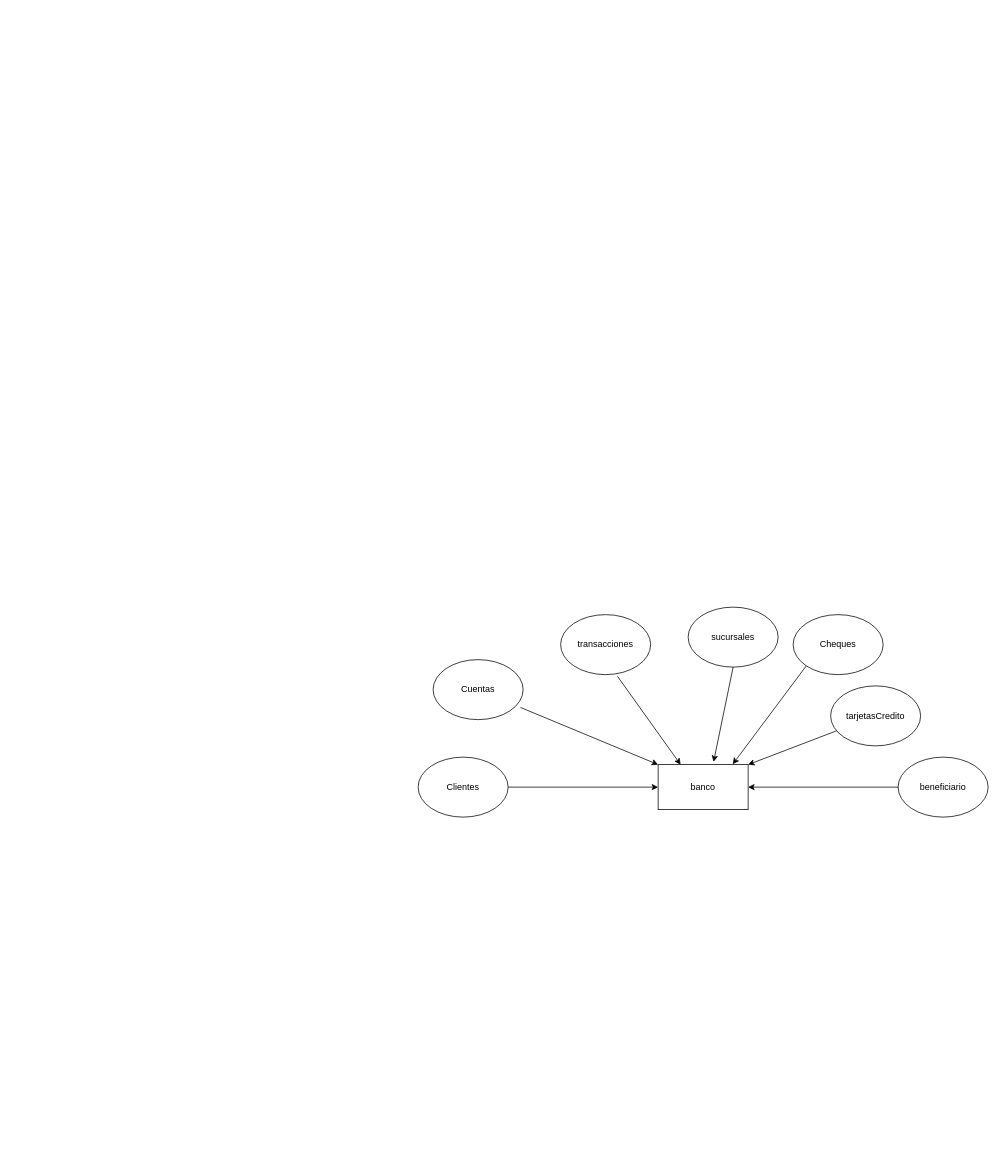
Earlier version of the draw.io diagram page "Página-1" (1 of 2) of diagrama/BaseDatos.drawio (williamgl3/fbd-william-gonzalez). Source tidied: cells renumbered, new cells numbered last; positions are measured from the earlier drawing's top-left corner, leaving out a move shared by most shapes. Both pictures are drawn from the tidied source at 75%, with x=0, y=0 at pixel (418, 607).
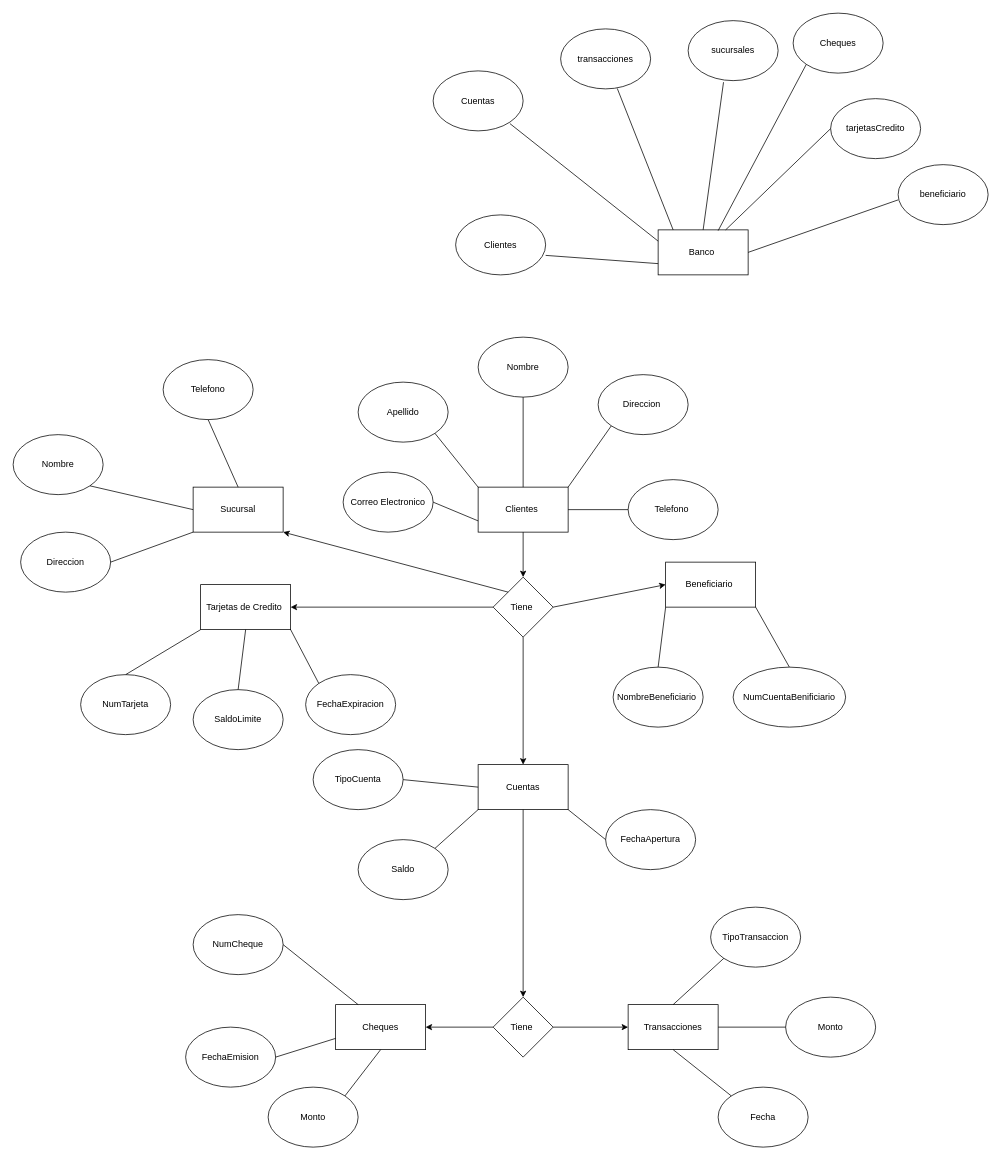
After the change.

Change to the diagram source:
```diff
@@
     <mxCell id="2" value="tarjetasCredito" style="ellipse;whiteSpace=wrap;html=1;" parent="1" vertex="1">
-      <mxGeometry x="550" y="105" width="120" height="80" as="geometry" />
+      <mxGeometry x="550" y="-678" width="120" height="80" as="geometry" />
     </mxCell>
     <mxCell id="3" value="sucursales" style="ellipse;whiteSpace=wrap;html=1;" parent="1" vertex="1">
-      <mxGeometry x="360" width="120" height="80" as="geometry" />
+      <mxGeometry x="360" y="-782" width="120" height="80" as="geometry" />
     </mxCell>
     <mxCell id="4" value="Clientes" style="ellipse;whiteSpace=wrap;html=1;" parent="1" vertex="1">
-      <mxGeometry y="200" width="120" height="80" as="geometry" />
+      <mxGeometry x="50" y="-523" width="120" height="80" as="geometry" />
     </mxCell>
     <mxCell id="5" value="Cheques" style="ellipse;whiteSpace=wrap;html=1;" parent="1" vertex="1">
-      <mxGeometry x="500" y="10" width="120" height="80" as="geometry" />
+      <mxGeometry x="500" y="-792" width="120" height="80" as="geometry" />
     </mxCell>
     <mxCell id="6" value="transacciones" style="ellipse;whiteSpace=wrap;html=1;" parent="1" vertex="1">
-      <mxGeometry x="190" y="10" width="120" height="80" as="geometry" />
+      <mxGeometry x="190" y="-771" width="120" height="80" as="geometry" />
     </mxCell>
     <mxCell id="7" value="Cuentas" style="ellipse;whiteSpace=wrap;html=1;" parent="1" vertex="1">
-      <mxGeometry x="20" y="70" width="120" height="80" as="geometry" />
+      <mxGeometry x="20" y="-715" width="120" height="80" as="geometry" />
     </mxCell>
-    <mxCell id="8" value="banco" style="rounded=0;whiteSpace=wrap;html=1;" parent="1" vertex="1">
-      <mxGeometry x="320" y="210" width="120" height="60" as="geometry" />
-    </mxCell>
-    <mxCell id="9" style="endArrow=classic;html=1;rounded=0;entryX=0.25;entryY=0;entryDx=0;entryDy=0;exitX=0.631;exitY=1.027;exitDx=0;exitDy=0;exitPerimeter=0;" parent="1" edge="1" source="6" target="8">
-      <mxGeometry relative="1" as="geometry" />
-    </mxCell>
-    <mxCell id="10" style="endArrow=classic;html=1;rounded=0;entryX=0.616;entryY=-0.062;entryDx=0;entryDy=0;exitX=0.5;exitY=1;exitDx=0;exitDy=0;entryPerimeter=0;" parent="1" edge="1" source="3" target="8">
-      <mxGeometry relative="1" as="geometry" />
-    </mxCell>
-    <mxCell id="11" style="endArrow=classic;html=1;rounded=0;entryX=0;entryY=0;entryDx=0;entryDy=0;exitX=0.971;exitY=0.797;exitDx=0;exitDy=0;exitPerimeter=0;" parent="1" edge="1" source="7" target="8">
-      <mxGeometry relative="1" as="geometry" />
-    </mxCell>
-    <mxCell id="12" style="endArrow=classic;html=1;rounded=0;entryX=0;entryY=0.5;entryDx=0;entryDy=0;exitX=1;exitY=0.5;exitDx=0;exitDy=0;" parent="1" edge="1" source="4" target="8">
-      <mxGeometry relative="1" as="geometry" />
-    </mxCell>
-    <mxCell id="13" style="endArrow=classic;html=1;rounded=0;entryX=0.829;entryY=-0.009;entryDx=0;entryDy=0;entryPerimeter=0;exitX=0;exitY=1;exitDx=0;exitDy=0;" parent="1" edge="1" source="5" target="8">
-      <mxGeometry relative="1" as="geometry" />
-    </mxCell>
-    <mxCell id="14" style="endArrow=classic;html=1;rounded=0;entryX=1;entryY=0;entryDx=0;entryDy=0;" parent="1" edge="1" source="2" target="8">
-      <mxGeometry relative="1" as="geometry" />
-    </mxCell>
     <mxCell id="15" value="beneficiario" style="ellipse;whiteSpace=wrap;html=1;" parent="1" vertex="1">
-      <mxGeometry x="640" y="200" width="120" height="80" as="geometry" />
+      <mxGeometry x="640" y="-590" width="120" height="80" as="geometry" />
     </mxCell>
-    <mxCell id="16" style="endArrow=classic;html=1;rounded=0;entryX=1;entryY=0.5;entryDx=0;entryDy=0;exitX=0;exitY=0.5;exitDx=0;exitDy=0;" parent="1" edge="1" source="15" target="8">
-      <mxGeometry relative="1" as="geometry" />
-    </mxCell>
+    <mxCell id="17" value="Banco&amp;nbsp;" style="rounded=0;whiteSpace=wrap;html=1;" parent="1" vertex="1">
+      <mxGeometry x="320" y="-503" width="120" height="60" as="geometry" />
+    </mxCell>
+    <mxCell id="18" style="endArrow=none;html=1;entryX=0;entryY=0.5;entryDx=0;entryDy=0;exitX=0.75;exitY=0;exitDx=0;exitDy=0;" parent="1" edge="1" source="17" target="2">
+      <mxGeometry relative="1" as="geometry" />
+    </mxCell>
+    <mxCell id="19" style="endArrow=none;html=1;entryX=0;entryY=0.5;entryDx=0;entryDy=0;exitX=1;exitY=0.5;exitDx=0;exitDy=0;" parent="1" edge="1" source="17">
+      <mxGeometry relative="1" as="geometry">
+        <mxPoint x="640" y="-543" as="targetPoint" />
+      </mxGeometry>
+    </mxCell>
+    <mxCell id="20" style="endArrow=none;html=1;entryX=1;entryY=0.5;entryDx=0;entryDy=0;exitX=0;exitY=0.75;exitDx=0;exitDy=0;" parent="1" edge="1" source="17">
+      <mxGeometry relative="1" as="geometry">
+        <mxPoint x="170" y="-469" as="targetPoint" />
+      </mxGeometry>
+    </mxCell>
+    <mxCell id="21" style="endArrow=none;html=1;entryX=1;entryY=1;entryDx=0;entryDy=0;exitX=0;exitY=0.25;exitDx=0;exitDy=0;" parent="1" edge="1" source="17">
+      <mxGeometry relative="1" as="geometry">
+        <mxPoint x="122.4" y="-644.7" as="targetPoint" />
+      </mxGeometry>
+    </mxCell>
+    <mxCell id="22" style="endArrow=none;html=1;entryX=0.629;entryY=1.018;entryDx=0;entryDy=0;entryPerimeter=0;exitX=0.167;exitY=0;exitDx=0;exitDy=0;exitPerimeter=0;" parent="1" edge="1" source="17">
+      <mxGeometry relative="1" as="geometry">
+        <mxPoint x="265.5" y="-691.6" as="targetPoint" />
+      </mxGeometry>
+    </mxCell>
+    <mxCell id="23" style="endArrow=none;html=1;entryX=0.393;entryY=1.039;entryDx=0;entryDy=0;entryPerimeter=0;exitX=0.5;exitY=0;exitDx=0;exitDy=0;" parent="1" edge="1">
+      <mxGeometry relative="1" as="geometry">
+        <mxPoint x="380" y="-503" as="sourcePoint" />
+        <mxPoint x="407.2" y="-699.9" as="targetPoint" />
+      </mxGeometry>
+    </mxCell>
+    <mxCell id="24" value="Tiene&amp;nbsp;" style="rhombus;whiteSpace=wrap;html=1;" parent="1" vertex="1">
+      <mxGeometry x="100" y="-40" width="80" height="80" as="geometry" />
+    </mxCell>
+    <mxCell id="25" style="endArrow=none;html=1;entryX=0;entryY=1;entryDx=0;entryDy=0;exitX=0.667;exitY=0.017;exitDx=0;exitDy=0;exitPerimeter=0;" parent="1" edge="1" source="17" target="5">
+      <mxGeometry relative="1" as="geometry" />
+    </mxCell>
+    <mxCell id="26" value="Clientes&amp;nbsp;" style="rounded=0;whiteSpace=wrap;html=1;" parent="1" vertex="1">
+      <mxGeometry x="80" y="-160" width="120" height="60" as="geometry" />
+    </mxCell>
+    <mxCell id="27" value="Nombre" style="ellipse;whiteSpace=wrap;html=1;" parent="1" vertex="1">
+      <mxGeometry x="80" y="-360" width="120" height="80" as="geometry" />
+    </mxCell>
+    <mxCell id="28" value="Direccion&amp;nbsp;" style="ellipse;whiteSpace=wrap;html=1;" parent="1" vertex="1">
+      <mxGeometry x="240" y="-310" width="120" height="80" as="geometry" />
+    </mxCell>
+    <mxCell id="29" value="Apellido" style="ellipse;whiteSpace=wrap;html=1;" parent="1" vertex="1">
+      <mxGeometry x="-80" y="-300" width="120" height="80" as="geometry" />
+    </mxCell>
+    <mxCell id="30" value="Telefono&amp;nbsp;" style="ellipse;whiteSpace=wrap;html=1;" parent="1" vertex="1">
+      <mxGeometry x="280" y="-170" width="120" height="80" as="geometry" />
+    </mxCell>
+    <mxCell id="31" value="Correo Electronico" style="ellipse;whiteSpace=wrap;html=1;" parent="1" vertex="1">
+      <mxGeometry x="-100" y="-180" width="120" height="80" as="geometry" />
+    </mxCell>
+    <mxCell id="32" value="Cuentas" style="rounded=0;whiteSpace=wrap;html=1;" parent="1" vertex="1">
+      <mxGeometry x="80" y="210" width="120" height="60" as="geometry" />
+    </mxCell>
+    <mxCell id="33" value="Beneficiario&amp;nbsp;" style="rounded=0;whiteSpace=wrap;html=1;" parent="1" vertex="1">
+      <mxGeometry x="330" y="-60" width="120" height="60" as="geometry" />
+    </mxCell>
+    <mxCell id="34" value="Tarjetas de Credito&amp;nbsp;" style="rounded=0;whiteSpace=wrap;html=1;" parent="1" vertex="1">
+      <mxGeometry x="-290" y="-30" width="120" height="60" as="geometry" />
+    </mxCell>
+    <mxCell id="35" value="NumTarjeta" style="ellipse;whiteSpace=wrap;html=1;" parent="1" vertex="1">
+      <mxGeometry x="-450" y="90" width="120" height="80" as="geometry" />
+    </mxCell>
+    <mxCell id="36" value="FechaExpiracion" style="ellipse;whiteSpace=wrap;html=1;" parent="1" vertex="1">
+      <mxGeometry x="-150" y="90" width="120" height="80" as="geometry" />
+    </mxCell>
+    <mxCell id="37" value="NumCuentaBenificiario" style="ellipse;whiteSpace=wrap;html=1;" parent="1" vertex="1">
+      <mxGeometry x="420" y="80" width="150" height="80" as="geometry" />
+    </mxCell>
+    <mxCell id="38" value="NombreBeneficiario&amp;nbsp;" style="ellipse;whiteSpace=wrap;html=1;" parent="1" vertex="1">
+      <mxGeometry x="260" y="80" width="120" height="80" as="geometry" />
+    </mxCell>
+    <mxCell id="39" value="SaldoLimite" style="ellipse;whiteSpace=wrap;html=1;" parent="1" vertex="1">
+      <mxGeometry x="-300" y="110" width="120" height="80" as="geometry" />
+    </mxCell>
+    <mxCell id="40" value="FechaApertura" style="ellipse;whiteSpace=wrap;html=1;" parent="1" vertex="1">
+      <mxGeometry x="250" y="270" width="120" height="80" as="geometry" />
+    </mxCell>
+    <mxCell id="41" value="TipoCuenta" style="ellipse;whiteSpace=wrap;html=1;" parent="1" vertex="1">
+      <mxGeometry x="-140" y="190" width="120" height="80" as="geometry" />
+    </mxCell>
+    <mxCell id="42" value="Saldo" style="ellipse;whiteSpace=wrap;html=1;" parent="1" vertex="1">
+      <mxGeometry x="-80" y="310" width="120" height="80" as="geometry" />
+    </mxCell>
+    <mxCell id="43" style="endArrow=none;html=1;entryX=0;entryY=0.5;entryDx=0;entryDy=0;exitX=1;exitY=0.5;exitDx=0;exitDy=0;" parent="1" edge="1" source="26" target="30">
+      <mxGeometry relative="1" as="geometry" />
+    </mxCell>
+    <mxCell id="44" style="endArrow=none;html=1;entryX=0;entryY=1;entryDx=0;entryDy=0;exitX=1;exitY=0;exitDx=0;exitDy=0;" parent="1" edge="1" source="26" target="28">
+      <mxGeometry relative="1" as="geometry" />
+    </mxCell>
+    <mxCell id="45" style="endArrow=none;html=1;entryX=1;entryY=1;entryDx=0;entryDy=0;exitX=0;exitY=0;exitDx=0;exitDy=0;" parent="1" edge="1" source="26" target="29">
+      <mxGeometry relative="1" as="geometry" />
+    </mxCell>
+    <mxCell id="46" style="endArrow=none;html=1;exitX=1;exitY=0.5;exitDx=0;exitDy=0;entryX=0;entryY=0.75;entryDx=0;entryDy=0;" parent="1" edge="1" source="31" target="26">
+      <mxGeometry relative="1" as="geometry" />
+    </mxCell>
+    <mxCell id="47" style="endArrow=none;html=1;entryX=0.5;entryY=1;entryDx=0;entryDy=0;exitX=0.5;exitY=0;exitDx=0;exitDy=0;" parent="1" edge="1" source="26" target="27">
+      <mxGeometry relative="1" as="geometry" />
+    </mxCell>
+    <mxCell id="48" style="endArrow=none;html=1;entryX=0;entryY=1;entryDx=0;entryDy=0;exitX=0.5;exitY=0;exitDx=0;exitDy=0;" parent="1" edge="1" source="38" target="33">
+      <mxGeometry relative="1" as="geometry" />
+    </mxCell>
+    <mxCell id="49" style="endArrow=none;html=1;entryX=0.5;entryY=0;entryDx=0;entryDy=0;exitX=1;exitY=1;exitDx=0;exitDy=0;" parent="1" edge="1" source="33" target="37">
+      <mxGeometry relative="1" as="geometry" />
+    </mxCell>
+    <mxCell id="50" style="endArrow=none;html=1;entryX=1;entryY=1;entryDx=0;entryDy=0;exitX=0;exitY=0;exitDx=0;exitDy=0;" parent="1" edge="1" source="36" target="34">
+      <mxGeometry relative="1" as="geometry" />
+    </mxCell>
+    <mxCell id="51" style="endArrow=none;html=1;entryX=0.5;entryY=1;entryDx=0;entryDy=0;exitX=0.5;exitY=0;exitDx=0;exitDy=0;" parent="1" edge="1" source="39" target="34">
+      <mxGeometry relative="1" as="geometry" />
+    </mxCell>
+    <mxCell id="52" style="endArrow=none;html=1;entryX=0;entryY=1;entryDx=0;entryDy=0;exitX=0.5;exitY=0;exitDx=0;exitDy=0;" parent="1" edge="1" source="35" target="34">
+      <mxGeometry relative="1" as="geometry" />
+    </mxCell>
+    <mxCell id="53" style="endArrow=none;html=1;exitX=1;exitY=0.5;exitDx=0;exitDy=0;entryX=0;entryY=0.5;entryDx=0;entryDy=0;" parent="1" edge="1" source="41" target="32">
+      <mxGeometry relative="1" as="geometry" />
+    </mxCell>
+    <mxCell id="54" style="endArrow=none;html=1;entryX=0;entryY=1;entryDx=0;entryDy=0;exitX=1;exitY=0;exitDx=0;exitDy=0;" parent="1" edge="1" source="42" target="32">
+      <mxGeometry relative="1" as="geometry" />
+    </mxCell>
+    <mxCell id="55" style="endArrow=none;html=1;entryX=0;entryY=0.5;entryDx=0;entryDy=0;exitX=1;exitY=1;exitDx=0;exitDy=0;" parent="1" edge="1" source="32" target="40">
+      <mxGeometry relative="1" as="geometry" />
+    </mxCell>
+    <mxCell id="56" style="endArrow=classic;html=1;entryX=0.5;entryY=0;entryDx=0;entryDy=0;exitX=0.5;exitY=1;exitDx=0;exitDy=0;" parent="1" edge="1" source="26" target="24">
+      <mxGeometry relative="1" as="geometry" />
+    </mxCell>
+    <mxCell id="57" style="endArrow=classic;html=1;entryX=0.5;entryY=0;entryDx=0;entryDy=0;exitX=0.5;exitY=1;exitDx=0;exitDy=0;" parent="1" edge="1" source="24" target="32">
+      <mxGeometry relative="1" as="geometry" />
+    </mxCell>
+    <mxCell id="58" style="endArrow=classic;html=1;entryX=0;entryY=0.5;entryDx=0;entryDy=0;exitX=1;exitY=0.5;exitDx=0;exitDy=0;" parent="1" edge="1" source="24" target="33">
+      <mxGeometry relative="1" as="geometry" />
+    </mxCell>
+    <mxCell id="59" style="endArrow=classic;html=1;entryX=1;entryY=0.5;entryDx=0;entryDy=0;exitX=0;exitY=0.5;exitDx=0;exitDy=0;" parent="1" edge="1" source="24" target="34">
+      <mxGeometry relative="1" as="geometry" />
+    </mxCell>
+    <mxCell id="60" value="Transacciones" style="rounded=0;whiteSpace=wrap;html=1;" parent="1" vertex="1">
+      <mxGeometry x="280" y="530" width="120" height="60" as="geometry" />
+    </mxCell>
+    <mxCell id="61" value="Cheques" style="rounded=0;whiteSpace=wrap;html=1;" parent="1" vertex="1">
+      <mxGeometry x="-110" y="530" width="120" height="60" as="geometry" />
+    </mxCell>
+    <mxCell id="62" value="Tiene&amp;nbsp;" style="rhombus;whiteSpace=wrap;html=1;" parent="1" vertex="1">
+      <mxGeometry x="100" y="520" width="80" height="80" as="geometry" />
+    </mxCell>
+    <mxCell id="63" style="endArrow=classic;html=1;entryX=0.5;entryY=0;entryDx=0;entryDy=0;exitX=0.5;exitY=1;exitDx=0;exitDy=0;" parent="1" edge="1" source="32" target="62">
+      <mxGeometry relative="1" as="geometry" />
+    </mxCell>
+    <mxCell id="64" style="endArrow=classic;html=1;entryX=1;entryY=0.5;entryDx=0;entryDy=0;exitX=0;exitY=0.5;exitDx=0;exitDy=0;" parent="1" edge="1" source="62" target="61">
+      <mxGeometry relative="1" as="geometry" />
+    </mxCell>
+    <mxCell id="65" style="endArrow=classic;html=1;entryX=0;entryY=0.5;entryDx=0;entryDy=0;exitX=1;exitY=0.5;exitDx=0;exitDy=0;" parent="1" edge="1" source="62" target="60">
+      <mxGeometry relative="1" as="geometry" />
+    </mxCell>
+    <mxCell id="66" value="Fecha" style="ellipse;whiteSpace=wrap;html=1;" parent="1" vertex="1">
+      <mxGeometry x="400" y="640" width="120" height="80" as="geometry" />
+    </mxCell>
+    <mxCell id="67" value="TipoTransaccion" style="ellipse;whiteSpace=wrap;html=1;" parent="1" vertex="1">
+      <mxGeometry x="390" y="400" width="120" height="80" as="geometry" />
+    </mxCell>
+    <mxCell id="68" value="Monto" style="ellipse;whiteSpace=wrap;html=1;" parent="1" vertex="1">
+      <mxGeometry x="-200" y="640" width="120" height="80" as="geometry" />
+    </mxCell>
+    <mxCell id="69" value="FechaEmision" style="ellipse;whiteSpace=wrap;html=1;" parent="1" vertex="1">
+      <mxGeometry x="-310" y="560" width="120" height="80" as="geometry" />
+    </mxCell>
+    <mxCell id="70" value="NumCheque" style="ellipse;whiteSpace=wrap;html=1;" parent="1" vertex="1">
+      <mxGeometry x="-300" y="410" width="120" height="80" as="geometry" />
+    </mxCell>
+    <mxCell id="71" value="Monto" style="ellipse;whiteSpace=wrap;html=1;" parent="1" vertex="1">
+      <mxGeometry x="490" y="520" width="120" height="80" as="geometry" />
+    </mxCell>
+    <mxCell id="72" style="endArrow=none;html=1;entryX=0;entryY=1;entryDx=0;entryDy=0;exitX=0.5;exitY=0;exitDx=0;exitDy=0;" parent="1" edge="1" source="60" target="67">
+      <mxGeometry relative="1" as="geometry" />
+    </mxCell>
+    <mxCell id="73" style="endArrow=none;html=1;entryX=1;entryY=0.5;entryDx=0;entryDy=0;exitX=0.25;exitY=0;exitDx=0;exitDy=0;" parent="1" edge="1" source="61" target="70">
+      <mxGeometry relative="1" as="geometry" />
+    </mxCell>
+    <mxCell id="74" style="endArrow=none;html=1;entryX=1;entryY=0.5;entryDx=0;entryDy=0;exitX=0;exitY=0.75;exitDx=0;exitDy=0;" parent="1" edge="1" source="61" target="69">
+      <mxGeometry relative="1" as="geometry" />
+    </mxCell>
+    <mxCell id="75" style="endArrow=none;html=1;entryX=1;entryY=0;entryDx=0;entryDy=0;exitX=0.5;exitY=1;exitDx=0;exitDy=0;" parent="1" edge="1" source="61" target="68">
+      <mxGeometry relative="1" as="geometry" />
+    </mxCell>
+    <mxCell id="76" style="endArrow=none;html=1;entryX=0;entryY=0.5;entryDx=0;entryDy=0;exitX=1;exitY=0.5;exitDx=0;exitDy=0;" parent="1" edge="1" source="60" target="71">
+      <mxGeometry relative="1" as="geometry" />
+    </mxCell>
+    <mxCell id="77" style="endArrow=none;html=1;entryX=0;entryY=0;entryDx=0;entryDy=0;exitX=0.5;exitY=1;exitDx=0;exitDy=0;" parent="1" edge="1" source="60" target="66">
+      <mxGeometry relative="1" as="geometry" />
+    </mxCell>
+    <mxCell id="78" value="Sucursal" style="rounded=0;whiteSpace=wrap;html=1;" parent="1" vertex="1">
+      <mxGeometry x="-300" y="-160" width="120" height="60" as="geometry" />
+    </mxCell>
+    <mxCell id="79" style="endArrow=classic;html=1;exitX=0;exitY=0;exitDx=0;exitDy=0;entryX=1;entryY=1;entryDx=0;entryDy=0;" parent="1" edge="1" source="24" target="78">
+      <mxGeometry relative="1" as="geometry" />
+    </mxCell>
+    <mxCell id="80" value="Direccion" style="ellipse;whiteSpace=wrap;html=1;" parent="1" vertex="1">
+      <mxGeometry x="-530" y="-100" width="120" height="80" as="geometry" />
+    </mxCell>
+    <mxCell id="81" value="Nombre" style="ellipse;whiteSpace=wrap;html=1;" parent="1" vertex="1">
+      <mxGeometry x="-540" y="-230" width="120" height="80" as="geometry" />
+    </mxCell>
+    <mxCell id="82" value="Telefono" style="ellipse;whiteSpace=wrap;html=1;" parent="1" vertex="1">
+      <mxGeometry x="-340" y="-330" width="120" height="80" as="geometry" />
+    </mxCell>
+    <mxCell id="83" style="endArrow=none;html=1;entryX=1;entryY=0.5;entryDx=0;entryDy=0;exitX=0;exitY=1;exitDx=0;exitDy=0;" parent="1" edge="1" source="78" target="80">
+      <mxGeometry relative="1" as="geometry" />
+    </mxCell>
+    <mxCell id="84" style="endArrow=none;html=1;entryX=1;entryY=1;entryDx=0;entryDy=0;exitX=0;exitY=0.5;exitDx=0;exitDy=0;" parent="1" edge="1" source="78" target="81">
+      <mxGeometry relative="1" as="geometry" />
+    </mxCell>
+    <mxCell id="85" style="endArrow=none;html=1;entryX=0.5;entryY=1;entryDx=0;entryDy=0;exitX=0.5;exitY=0;exitDx=0;exitDy=0;" parent="1" edge="1" source="78" target="82">
+      <mxGeometry relative="1" as="geometry" />
+    </mxCell>
```
